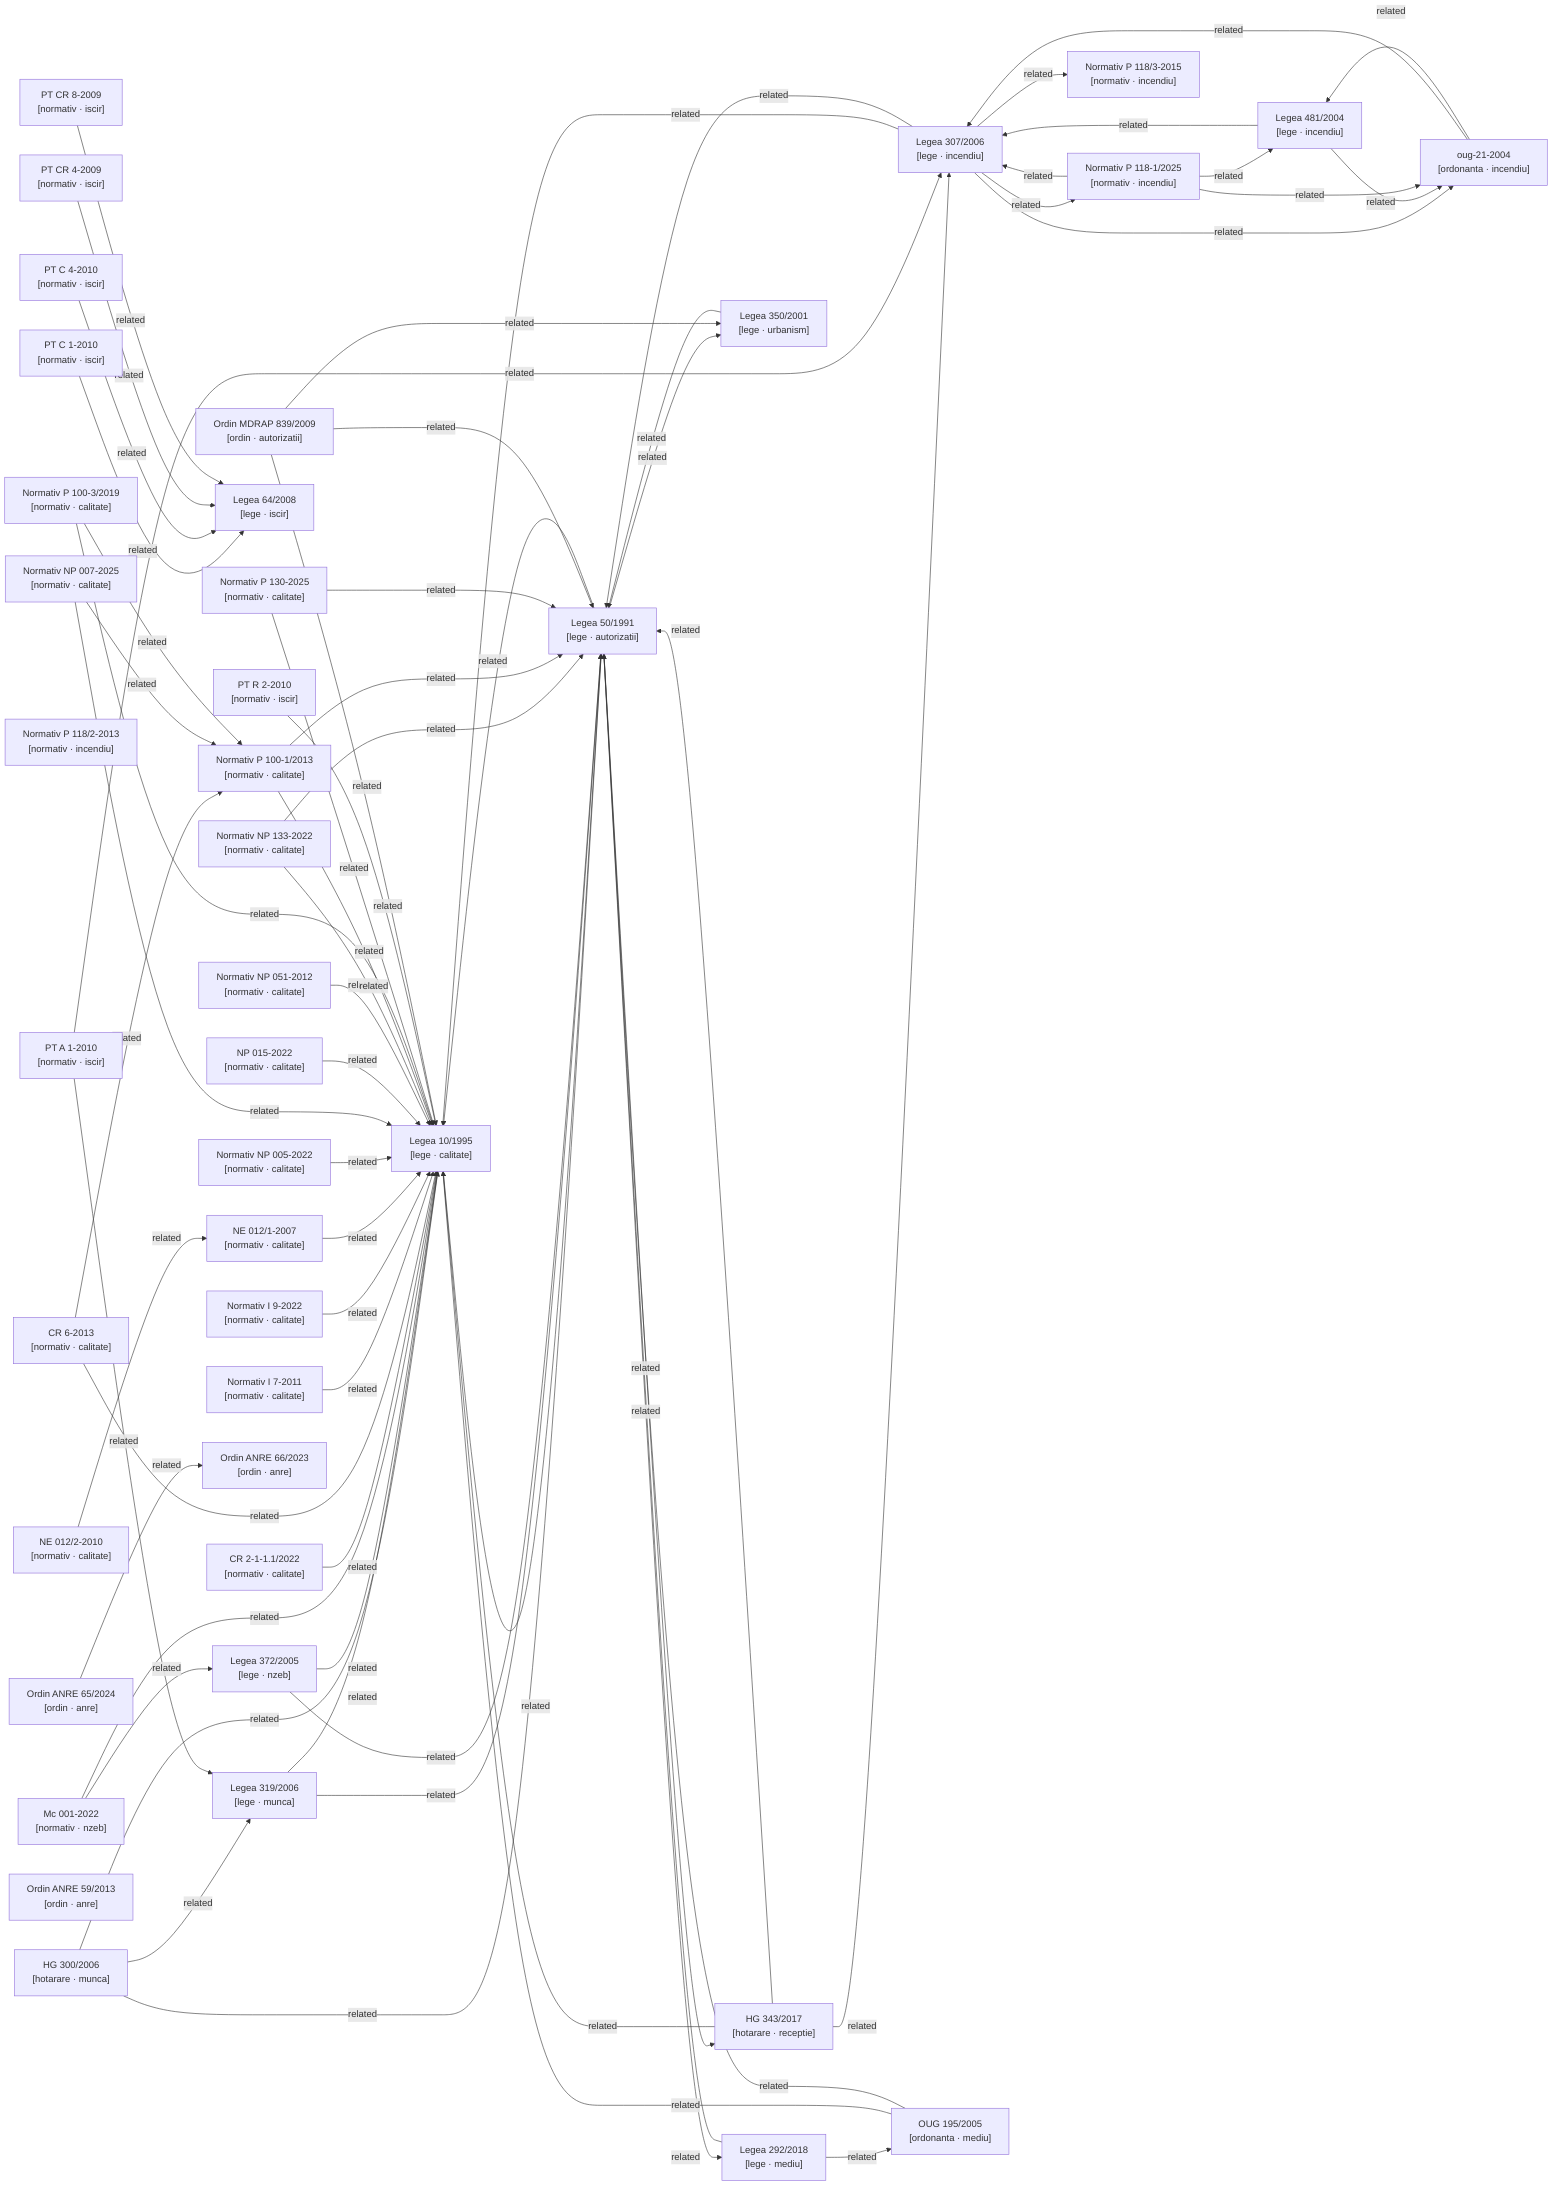
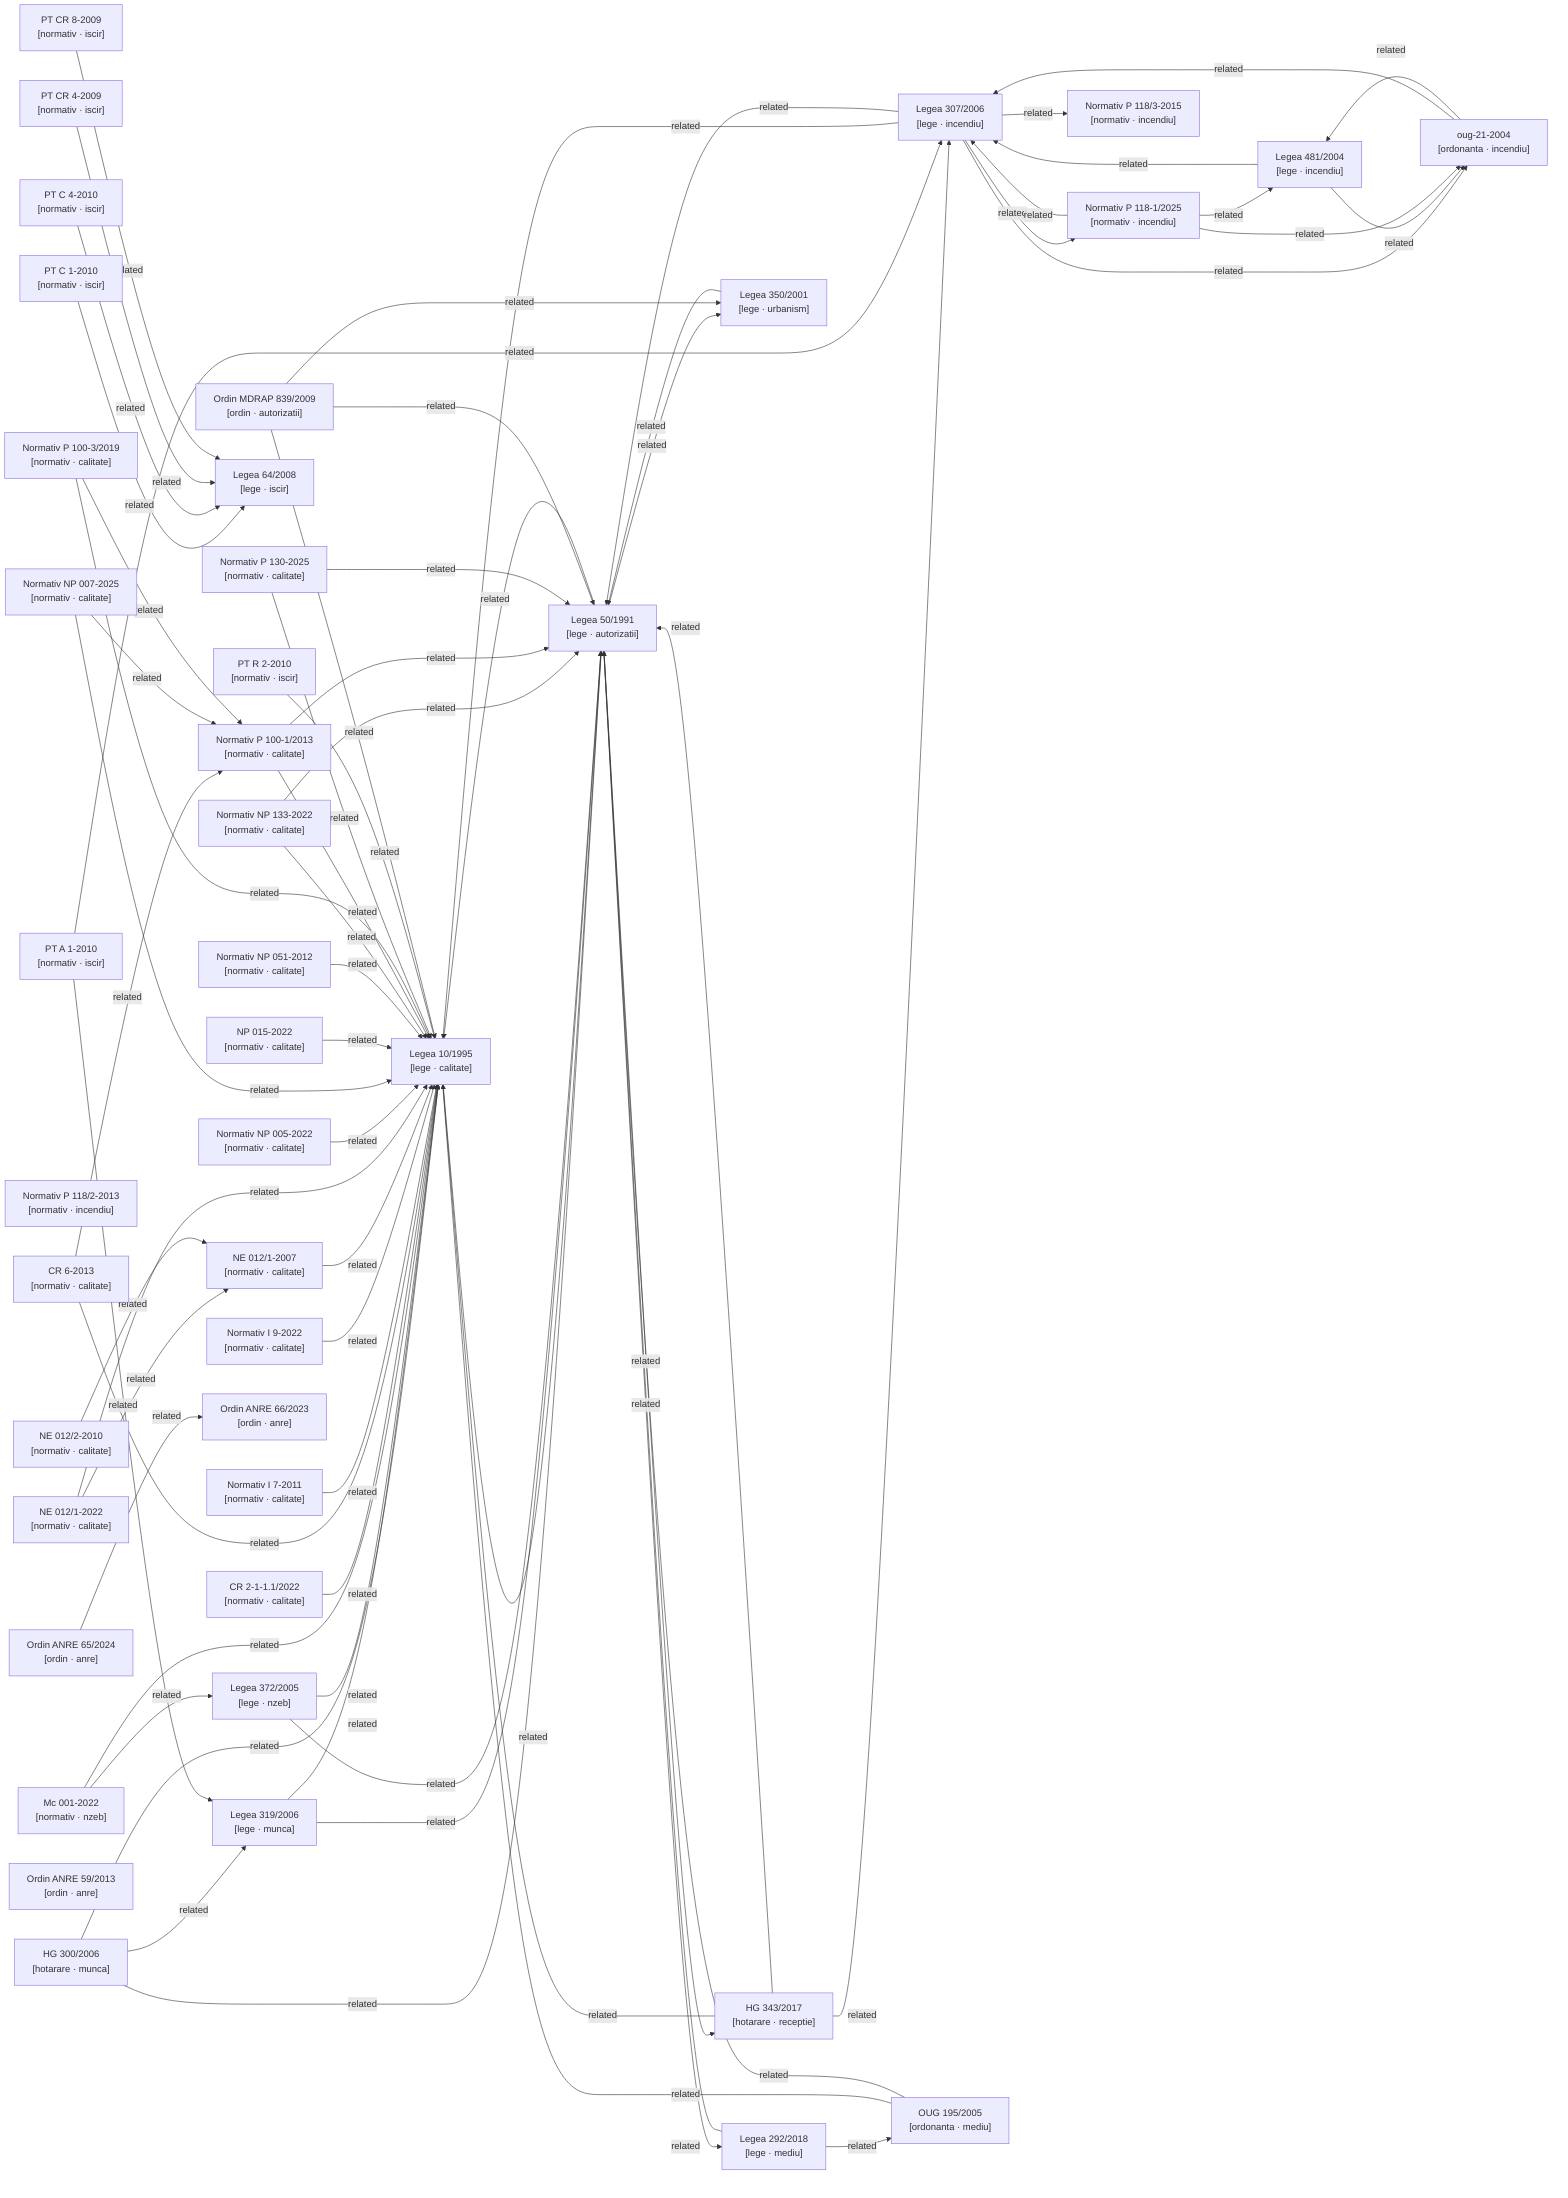
graph LR

  %% Nodes
  hg-300-2006["HG 300/2006\n[hotarare · munca]"]
  hg-343-2017["HG 343/2017\n[hotarare · receptie]"]
  lege-10-1995["Legea 10/1995\n[lege · calitate]"]
  lege-292-2018["Legea 292/2018\n[lege · mediu]"]
  lege-307-2006["Legea 307/2006\n[lege · incendiu]"]
  lege-319-2006["Legea 319/2006\n[lege · munca]"]
  lege-350-2001["Legea 350/2001\n[lege · urbanism]"]
  lege-372-2005["Legea 372/2005\n[lege · nzeb]"]
  lege-481-2004["Legea 481/2004\n[lege · incendiu]"]
  lege-50-1991["Legea 50/1991\n[lege · autorizatii]"]
  lege-64-2008["Legea 64/2008\n[lege · iscir]"]
  metodologie-mc001-2022["Mc 001-2022\n[normativ · nzeb]"]
  normativ-cr2-1-1-1-2022["CR 2-1-1.1/2022\n[normativ · calitate]"]
  normativ-cr6-2013["CR 6-2013\n[normativ · calitate]"]
  normativ-i7-2011["Normativ I 7-2011\n[normativ · calitate]"]
  normativ-i9-2022["Normativ I 9-2022\n[normativ · calitate]"]
  normativ-ne012-1-2007["NE 012/1-2007\n[normativ · calitate]"]
+   normativ-ne012-1-2022["NE 012/1-2022\n[normativ · calitate]"]
  normativ-ne012-2-2010["NE 012/2-2010\n[normativ · calitate]"]
  normativ-np005-2022["Normativ NP 005-2022\n[normativ · calitate]"]
  normativ-np007-2025["Normativ NP 007-2025\n[normativ · calitate]"]
  normativ-np015-2022["NP 015-2022\n[normativ · calitate]"]
  normativ-np051-2012["Normativ NP 051-2012\n[normativ · calitate]"]
  normativ-np133-2022["Normativ NP 133-2022\n[normativ · calitate]"]
  normativ-p100-1-2013["Normativ P 100-1/2013\n[normativ · calitate]"]
  normativ-p100-3-2019["Normativ P 100-3/2019\n[normativ · calitate]"]
  normativ-p118-1-2025["Normativ P 118-1/2025\n[normativ · incendiu]"]
  normativ-p118-2-2013["Normativ P 118/2-2013\n[normativ · incendiu]"]
  normativ-p118-3-2015["Normativ P 118/3-2015\n[normativ · incendiu]"]
  normativ-p130-2025["Normativ P 130-2025\n[normativ · calitate]"]
  normativ-pt-a1-2010["PT A 1-2010\n[normativ · iscir]"]
  normativ-pt-c1-2010["PT C 1-2010\n[normativ · iscir]"]
  normativ-pt-c4-2010["PT C 4-2010\n[normativ · iscir]"]
  normativ-pt-cr4-2009["PT CR 4-2009\n[normativ · iscir]"]
  normativ-pt-cr8-2009["PT CR 8-2009\n[normativ · iscir]"]
  normativ-pt-r2-2010["PT R 2-2010\n[normativ · iscir]"]
  ordin-839-2009["Ordin MDRAP 839/2009\n[ordin · autorizatii]"]
  ordin-anre-59-2013["Ordin ANRE 59/2013\n[ordin · anre]"]
  ordin-anre-65-2024["Ordin ANRE 65/2024\n[ordin · anre]"]
  ordin-anre-66-2023["Ordin ANRE 66/2023\n[ordin · anre]"]
  oug-195-2005["OUG 195/2005\n[ordonanta · mediu]"]
  oug-21-2004["oug-21-2004\n[ordonanta · incendiu]"]

  %% Confirmed relationships (from metadata related_acts)
  hg-300-2006 -->|related| lege-10-1995
  hg-300-2006 -->|related| lege-319-2006
  hg-300-2006 -->|related| lege-50-1991
  hg-343-2017 -->|related| lege-10-1995
  hg-343-2017 -->|related| lege-307-2006
  hg-343-2017 -->|related| lege-50-1991
  lege-10-1995 -->|related| lege-50-1991
  lege-292-2018 -->|related| lege-50-1991
  lege-292-2018 -->|related| oug-195-2005
  lege-307-2006 -->|related| lege-10-1995
  lege-307-2006 -->|related| lege-50-1991
  lege-307-2006 -->|related| normativ-p118-1-2025
  lege-307-2006 -->|related| normativ-p118-3-2015
  lege-307-2006 -->|related| oug-21-2004
  lege-319-2006 -->|related| lege-10-1995
  lege-319-2006 -->|related| lege-50-1991
  lege-350-2001 -->|related| lege-50-1991
  lege-372-2005 -->|related| lege-10-1995
  lege-372-2005 -->|related| lege-50-1991
  lege-481-2004 -->|related| lege-307-2006
  lege-481-2004 -->|related| oug-21-2004
  lege-50-1991 -->|related| hg-343-2017
  lege-50-1991 -->|related| lege-10-1995
  lege-50-1991 -->|related| lege-292-2018
  lege-50-1991 -->|related| lege-350-2001
  metodologie-mc001-2022 -->|related| lege-10-1995
  metodologie-mc001-2022 -->|related| lege-372-2005
  normativ-cr2-1-1-1-2022 -->|related| lege-10-1995
  normativ-cr6-2013 -->|related| lege-10-1995
  normativ-cr6-2013 -->|related| normativ-p100-1-2013
  normativ-i7-2011 -->|related| lege-10-1995
  normativ-i9-2022 -->|related| lege-10-1995
  normativ-ne012-1-2007 -->|related| lege-10-1995
+   normativ-ne012-1-2022 -->|related| lege-10-1995
+   normativ-ne012-1-2022 -->|related| normativ-ne012-1-2007
  normativ-ne012-2-2010 -->|related| normativ-ne012-1-2007
  normativ-np005-2022 -->|related| lege-10-1995
  normativ-np007-2025 -->|related| lege-10-1995
  normativ-np007-2025 -->|related| normativ-p100-1-2013
  normativ-np015-2022 -->|related| lege-10-1995
  normativ-np051-2012 -->|related| lege-10-1995
  normativ-np133-2022 -->|related| lege-10-1995
  normativ-np133-2022 -->|related| lege-50-1991
  normativ-p100-1-2013 -->|related| lege-10-1995
  normativ-p100-1-2013 -->|related| lege-50-1991
  normativ-p100-3-2019 -->|related| lege-10-1995
  normativ-p100-3-2019 -->|related| normativ-p100-1-2013
  normativ-p118-1-2025 -->|related| lege-307-2006
  normativ-p118-1-2025 -->|related| lege-481-2004
  normativ-p118-1-2025 -->|related| oug-21-2004
  normativ-p130-2025 -->|related| lege-10-1995
  normativ-p130-2025 -->|related| lege-50-1991
  normativ-pt-a1-2010 -->|related| lege-307-2006
  normativ-pt-a1-2010 -->|related| lege-319-2006
  normativ-pt-c1-2010 -->|related| lege-64-2008
  normativ-pt-c4-2010 -->|related| lege-64-2008
  normativ-pt-cr4-2009 -->|related| lege-64-2008
  normativ-pt-cr8-2009 -->|related| lege-64-2008
  normativ-pt-r2-2010 -->|related| lege-10-1995
  ordin-839-2009 -->|related| lege-10-1995
  ordin-839-2009 -->|related| lege-350-2001
  ordin-839-2009 -->|related| lege-50-1991
  ordin-anre-65-2024 -->|related| ordin-anre-66-2023
  oug-195-2005 -->|related| lege-10-1995
  oug-195-2005 -->|related| lege-50-1991
  oug-21-2004 -->|related| lege-307-2006
  oug-21-2004 -->|related| lege-481-2004

  %% Auto-detected relationships (needs_review)
